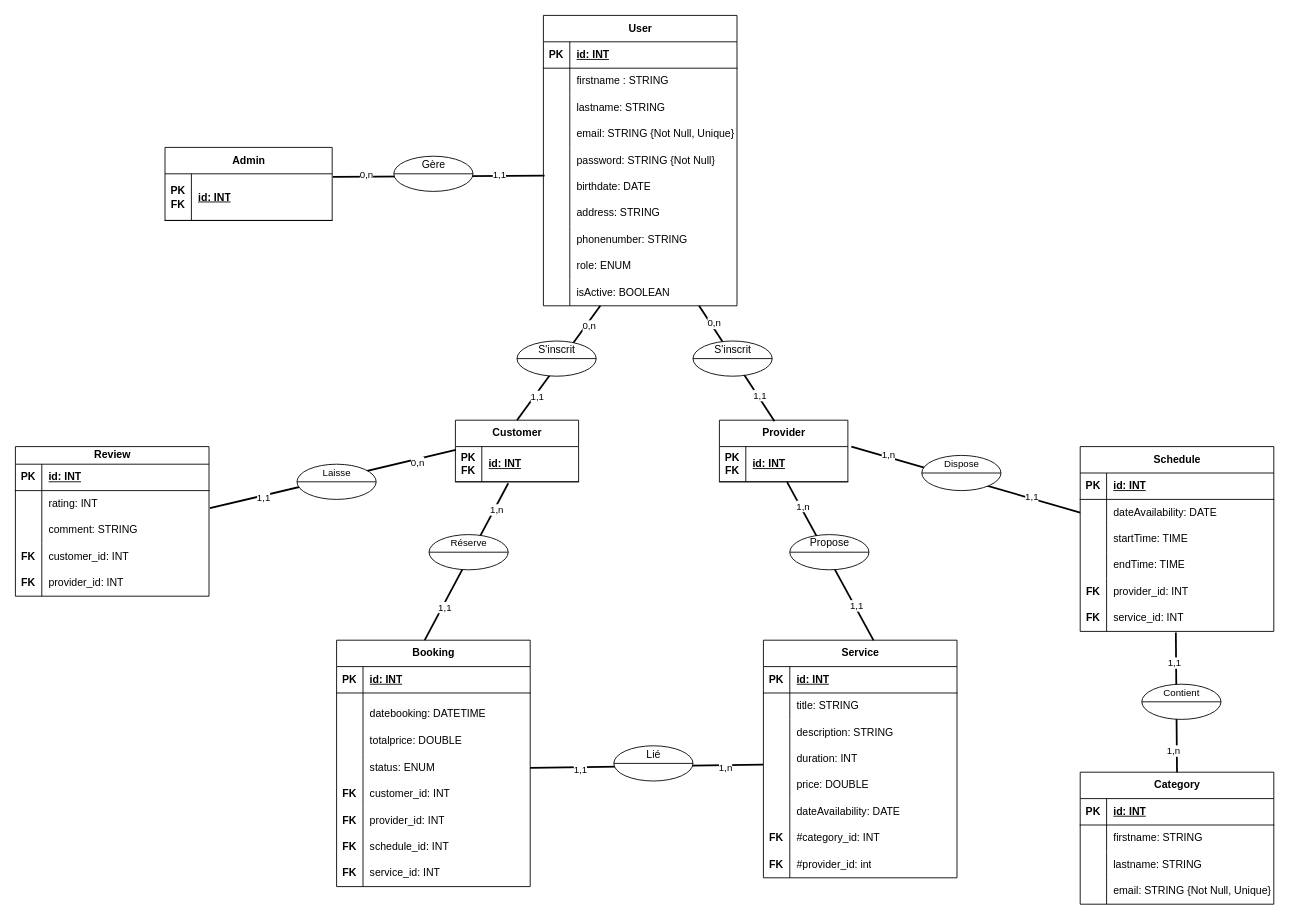
Before: BB_diagrams_entite.drawio in Steony/BeautyBookerApp, a draw.io diagram. Source tidied: cells renumbered, new cells numbered last; positions are measured from the earlier drawing's top-left corner, leaving out a move shared by most shapes. Both pictures are drawn from the tidied source at 88%, with x=0, y=0 at pixel (15, 15).
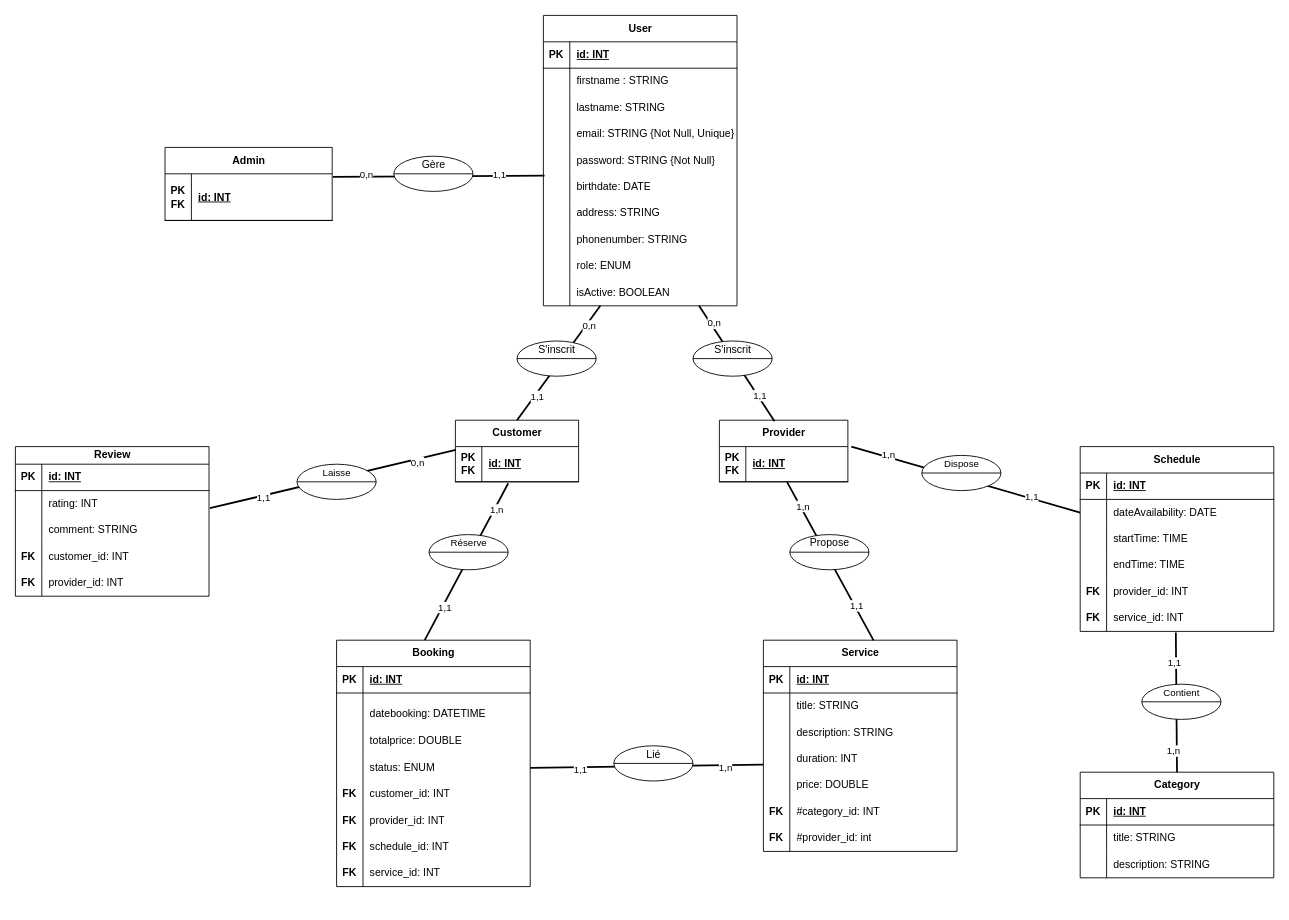
Above is the later version.

Commit message (it also covers changes not shown here):
Mettre à jour BB_diagrams_entite.drawio

Unchanged cells that the change refers to:
```xml
<mxCell id="49" style="shape=tableRow;horizontal=0;startSize=0;swimlaneHead=0;swimlaneBody=0;fillColor=none;top=0;left=0;right=0;bottom=0;" parent="45" vertex="1">
  <mxGeometry y="60" width="220" height="30" as="geometry" />
</mxCell>
<mxCell id="52" style="shape=tableRow;horizontal=0;startSize=0;swimlaneHead=0;swimlaneBody=0;fillColor=none;top=0;left=0;right=0;bottom=0;" parent="45" vertex="1">
  <mxGeometry y="90" width="220" height="30" as="geometry" />
</mxCell>
<mxCell id="88" style="group;" parent="1" vertex="1">
  <mxGeometry x="850" y="710" width="220" height="270" as="geometry" />
</mxCell>
```

Diff of the diagram source:
```diff
@@
     <mxCell id="45" value="Category" style="shape=table;startSize=30;childLayout=tableLayout;rowLines=0;fontStyle=1;align=center;html=1;" parent="1" vertex="1">
-      <mxGeometry x="1210" y="860" width="220" height="150" as="geometry" />
+      <mxGeometry x="1210" y="860" width="220" height="120" as="geometry" />
     </mxCell>
@@
-    <mxCell id="51" value="firstname: STRING" style="shape=partialRectangle;fillColor=none;top=0;left=0;bottom=0;right=0;align=left;spacingLeft=6;overflow=hidden;whiteSpace=wrap;html=1;" parent="49" vertex="1">
+    <mxCell id="51" value="title: STRING" style="shape=partialRectangle;fillColor=none;top=0;left=0;bottom=0;right=0;align=left;spacingLeft=6;overflow=hidden;whiteSpace=wrap;html=1;" parent="49" vertex="1">
       <mxGeometry x="30" width="190" height="30" as="geometry" />
     </mxCell>
@@
-    <mxCell id="54" value="lastname: STRING" style="shape=partialRectangle;fillColor=none;top=0;left=0;bottom=0;right=0;align=left;spacingLeft=6;overflow=hidden;whiteSpace=wrap;html=1;" parent="52" vertex="1">
+    <mxCell id="54" value="description: STRING" style="shape=partialRectangle;fillColor=none;top=0;left=0;bottom=0;right=0;align=left;spacingLeft=6;overflow=hidden;whiteSpace=wrap;html=1;" parent="52" vertex="1">
       <mxGeometry x="30" width="190" height="30" as="geometry" />
     </mxCell>
-    <mxCell id="55" style="shape=tableRow;horizontal=0;startSize=0;swimlaneHead=0;swimlaneBody=0;fillColor=none;top=0;left=0;right=0;bottom=0;" parent="45" vertex="1">
-      <mxGeometry y="120" width="220" height="30" as="geometry" />
-    </mxCell>
-    <mxCell id="56" style="shape=partialRectangle;fillColor=none;top=0;left=0;bottom=0;right=0;overflow=hidden;whiteSpace=wrap;html=1;" parent="55" vertex="1">
-      <mxGeometry width="30" height="30" as="geometry" />
-    </mxCell>
-    <mxCell id="57" value="email: STRING {Not Null, Unique}" style="shape=partialRectangle;fillColor=none;top=0;left=0;bottom=0;right=0;align=left;spacingLeft=6;overflow=hidden;whiteSpace=wrap;html=1;" parent="55" vertex="1">
-      <mxGeometry x="30" width="190" height="30" as="geometry" />
-    </mxCell>
@@
     <mxCell id="89" value="Service" style="shape=table;startSize=30;childLayout=tableLayout;rowLines=0;fontStyle=1;align=center;html=1;" parent="88" vertex="1">
-      <mxGeometry width="220" height="270" as="geometry" />
+      <mxGeometry width="220" height="240" as="geometry" />
     </mxCell>
@@
-    <mxCell id="105" style="shape=tableRow;horizontal=0;startSize=0;swimlaneHead=0;swimlaneBody=0;fillColor=none;top=0;left=0;right=0;bottom=0;" parent="89" vertex="1">
-      <mxGeometry y="180" width="220" height="30" as="geometry" />
-    </mxCell>
-    <mxCell id="106" style="shape=partialRectangle;fillColor=none;top=0;left=0;bottom=0;right=0;overflow=hidden;whiteSpace=wrap;html=1;" parent="105" vertex="1">
-      <mxGeometry width="30" height="30" as="geometry" />
-    </mxCell>
-    <mxCell id="107" value="&lt;span style=&quot;text-wrap-mode: nowrap;&quot;&gt;dateAvailability: DATE&lt;/span&gt;" style="shape=partialRectangle;fillColor=none;top=0;left=0;bottom=0;right=0;align=left;spacingLeft=6;overflow=hidden;whiteSpace=wrap;html=1;" parent="105" vertex="1">
-      <mxGeometry x="30" width="190" height="30" as="geometry" />
-    </mxCell>
     <mxCell id="108" style="shape=tableRow;horizontal=0;startSize=0;swimlaneHead=0;swimlaneBody=0;fillColor=none;top=0;left=0;right=0;bottom=0;" parent="89" vertex="1">
-      <mxGeometry y="210" width="220" height="30" as="geometry" />
+      <mxGeometry y="180" width="220" height="30" as="geometry" />
     </mxCell>
@@
     <mxCell id="111" style="shape=tableRow;horizontal=0;startSize=0;swimlaneHead=0;swimlaneBody=0;fillColor=none;top=0;left=0;right=0;bottom=0;" parent="89" vertex="1">
-      <mxGeometry y="240" width="220" height="30" as="geometry" />
+      <mxGeometry y="210" width="220" height="30" as="geometry" />
     </mxCell>
@@
     <mxCell id="114" value="FK" style="shape=partialRectangle;fillColor=none;top=0;left=0;bottom=0;right=0;fontStyle=1;overflow=hidden;whiteSpace=wrap;html=1;" parent="88" vertex="1">
-      <mxGeometry y="210" width="30" height="30" as="geometry" />
+      <mxGeometry y="180" width="30" height="30" as="geometry" />
     </mxCell>
     <mxCell id="115" value="FK" style="shape=partialRectangle;fillColor=none;top=0;left=0;bottom=0;right=0;fontStyle=1;overflow=hidden;whiteSpace=wrap;html=1;" parent="88" vertex="1">
-      <mxGeometry y="240" width="30" height="30" as="geometry" />
+      <mxGeometry y="210" width="30" height="30" as="geometry" />
     </mxCell>
```
